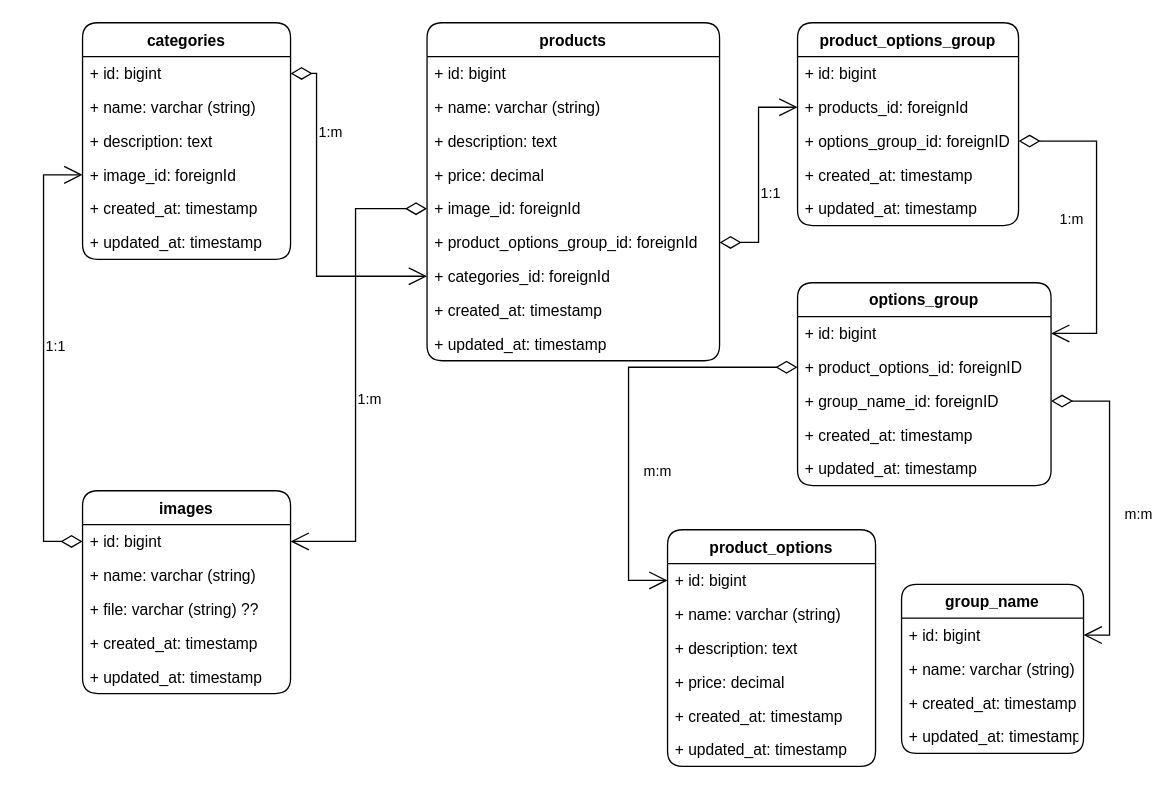
The draw.io diagram UML Project_GC.drawio in david-track/project-gc, before the edit. Source tidied: cells renumbered, new cells numbered last; positions are measured from the earlier drawing's top-left corner, leaving out a move shared by most shapes. Both pictures are drawn from the tidied source at 130%, with x=0, y=0 at pixel (43, 22).
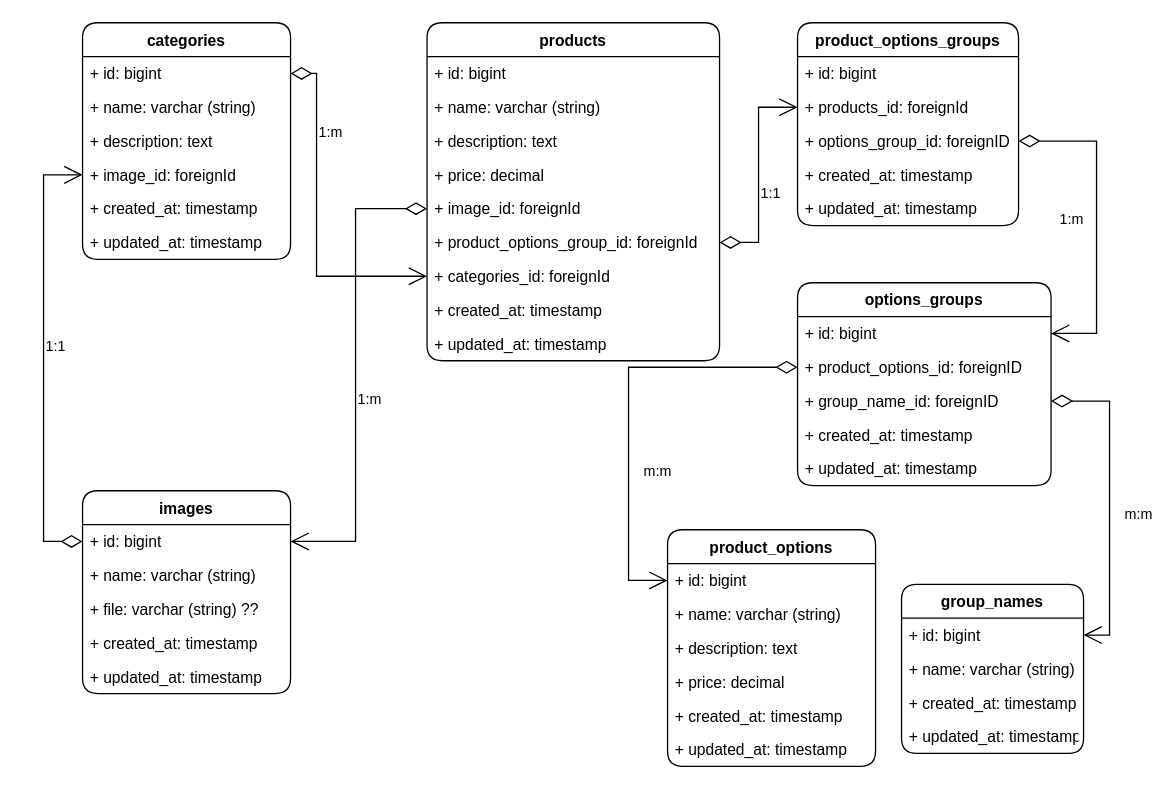
The same diagram, later.

What changed in the source:
```diff
@@
-    <mxCell id="32" value="product_options_group" style="swimlane;fontStyle=1;horizontal=1;startSize=26;fillColor=none;rounded=1;" parent="1" vertex="1">
+    <mxCell id="32" value="product_options_groups" style="swimlane;fontStyle=1;horizontal=1;startSize=26;fillColor=none;rounded=1;" parent="1" vertex="1">
       <mxGeometry x="580" width="170" height="156" as="geometry" />
     </mxCell>
@@
-    <mxCell id="38" value="options_group" style="swimlane;fontStyle=1;horizontal=1;startSize=26;fillColor=none;rounded=1;" parent="1" vertex="1">
+    <mxCell id="38" value="options_groups" style="swimlane;fontStyle=1;horizontal=1;startSize=26;fillColor=none;rounded=1;" parent="1" vertex="1">
       <mxGeometry x="580" y="200" width="195" height="156" as="geometry" />
     </mxCell>
@@
-    <mxCell id="44" value="group_name" style="swimlane;fontStyle=1;horizontal=1;startSize=26;fillColor=none;rounded=1;" parent="1" vertex="1">
+    <mxCell id="44" value="group_names" style="swimlane;fontStyle=1;horizontal=1;startSize=26;fillColor=none;rounded=1;" parent="1" vertex="1">
       <mxGeometry x="660" y="432" width="140" height="130" as="geometry" />
     </mxCell>
```
